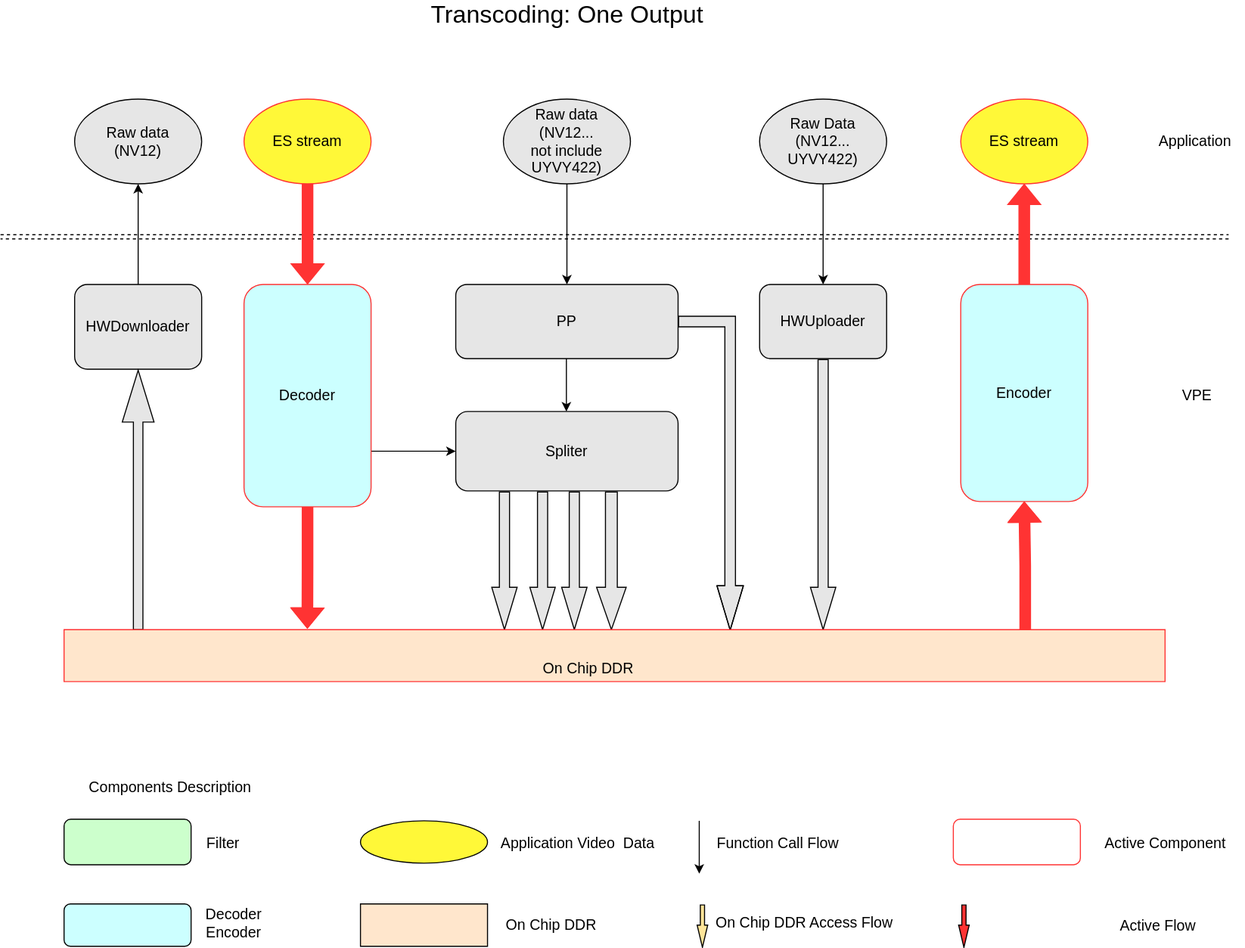
Before: doc/transcoding_one_output.svg, a diagram exported from draw.io (VeriSilicon/vpe). Source tidied: cells renumbered, new cells last; positions are measured from the earlier drawing's top-left corner, leaving out a move shared by most shapes.
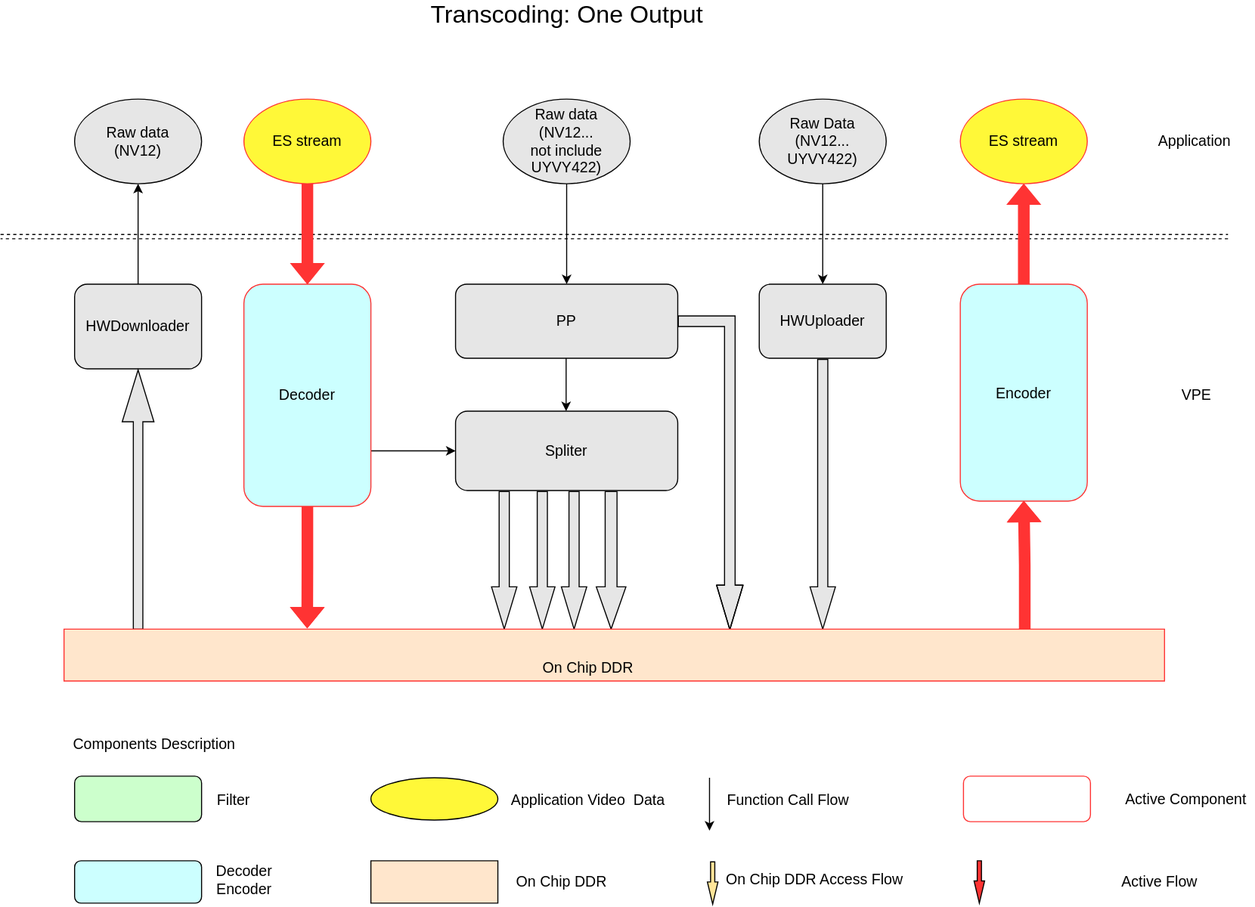
The same file after the commit.

Diff of the diagram source:
```diff
@@ -93,80 +93,83 @@
     <mxCell id="29" value="&lt;font style=&quot;font-size: 23px&quot;&gt;Transcoding: One Output&lt;/font&gt;" style="text;html=1;align=center;verticalAlign=middle;fillColor=none;strokeColor=none;rounded=0;" parent="1" vertex="1">
       <mxGeometry x="400" width="270" height="20" as="geometry" />
     </mxCell>
-    <mxCell id="30" style="group;fontSize=14;" parent="1" vertex="1">
-      <mxGeometry x="60" y="770" width="789" height="121" as="geometry" />
-    </mxCell>
+    <mxCell id="48" value="PP" style="rounded=1;whiteSpace=wrap;html=1;fillColor=#E6E6E6;fontSize=14;" parent="1" vertex="1">
+      <mxGeometry x="430" y="265" width="210" height="70" as="geometry" />
+    </mxCell>
+    <mxCell id="49" value="Spliter" style="rounded=1;whiteSpace=wrap;html=1;fillColor=#E6E6E6;fontSize=14;" parent="1" vertex="1">
+      <mxGeometry x="430" y="385" width="210" height="75" as="geometry" />
+    </mxCell>
+    <mxCell id="50" style="edgeStyle=orthogonalEdgeStyle;rounded=0;orthogonalLoop=1;jettySize=auto;html=1;exitX=0.25;exitY=1;exitDx=0;exitDy=0;entryX=0.25;entryY=0;entryDx=0;entryDy=0;fillColor=#FF6666;fontSize=14;" parent="1" edge="1">
+      <mxGeometry x="-37" y="414" as="geometry">
+        <mxPoint x="534.5" y="335" as="sourcePoint" />
+        <mxPoint x="534.5" y="385" as="targetPoint" />
+      </mxGeometry>
+    </mxCell>
+    <mxCell id="51" value="Raw Data&lt;br style=&quot;font-size: 14px;&quot;&gt;(&lt;span style=&quot;font-size: 14px;&quot;&gt;NV12...&lt;/span&gt;&lt;br style=&quot;font-size: 14px;&quot;&gt;UYVY422)" style="ellipse;whiteSpace=wrap;html=1;fillColor=#E6E6E6;fontSize=14;" parent="1" vertex="1">
+      <mxGeometry x="717" y="90" width="120" height="80" as="geometry" />
+    </mxCell>
+    <mxCell id="52" value="&lt;font style=&quot;font-size: 14px;&quot;&gt;Raw data&lt;br style=&quot;font-size: 14px;&quot;&gt;(NV12...&lt;br style=&quot;font-size: 14px;&quot;&gt;&lt;span style=&quot;font-size: 14px;&quot;&gt;not include UYVY422&lt;/span&gt;)&lt;/font&gt;" style="ellipse;whiteSpace=wrap;html=1;fillColor=#E6E6E6;fontSize=14;" parent="1" vertex="1">
+      <mxGeometry x="475" y="90" width="120" height="80" as="geometry" />
+    </mxCell>
+    <mxCell id="53" style="group;" parent="1" vertex="1">
+      <mxGeometry x="60" y="690" width="1125" height="163" as="geometry" />
+    </mxCell>
+    <mxCell id="54" style="group;fontSize=14;" parent="53" vertex="1">
+      <mxGeometry x="10" y="40" width="809" height="123" as="geometry" />
+    </mxCell>
-    <mxCell id="31" style="rounded=1;whiteSpace=wrap;html=1;fillColor=#CCFFCC;fontSize=14;" parent="30" vertex="1">
+    <mxCell id="31" style="rounded=1;whiteSpace=wrap;html=1;fillColor=#CCFFCC;fontSize=14;" parent="54" vertex="1">
       <mxGeometry width="120" height="43" as="geometry" />
     </mxCell>
-    <mxCell id="32" style="rounded=1;whiteSpace=wrap;html=1;fillColor=#CCFFFF;fontSize=14;" parent="30" vertex="1">
+    <mxCell id="32" style="rounded=1;whiteSpace=wrap;html=1;fillColor=#CCFFFF;fontSize=14;" parent="54" vertex="1">
       <mxGeometry y="80" width="120" height="40" as="geometry" />
     </mxCell>
-    <mxCell id="33" style="ellipse;whiteSpace=wrap;html=1;fillColor=#FFF838;fontSize=14;" parent="30" vertex="1">
+    <mxCell id="33" style="ellipse;whiteSpace=wrap;html=1;fillColor=#FFF838;fontSize=14;" parent="54" vertex="1">
       <mxGeometry x="280" y="1.5" width="120" height="40" as="geometry" />
     </mxCell>
-    <mxCell id="34" style="html=1;shadow=0;dashed=0;align=center;verticalAlign=middle;shape=mxgraph.arrows2.arrow;dy=0.6;dx=21;direction=south;notch=0;fillColor=#FFE599;fontSize=14;" parent="30" vertex="1">
+    <mxCell id="34" style="html=1;shadow=0;dashed=0;align=center;verticalAlign=middle;shape=mxgraph.arrows2.arrow;dy=0.6;dx=21;direction=south;notch=0;fillColor=#FFE599;fontSize=14;" parent="54" vertex="1">
       <mxGeometry x="598" y="81" width="10" height="40" as="geometry" />
     </mxCell>
-    <mxCell id="35" style="edgeStyle=orthogonalEdgeStyle;rounded=0;orthogonalLoop=1;jettySize=auto;html=1;exitX=0.5;exitY=1;exitDx=0;exitDy=0;fontSize=14;" parent="30" edge="1">
-      <mxGeometry relative="1" as="geometry">
-        <mxPoint x="600" y="1.5" as="sourcePoint" />
-        <mxPoint x="600" y="51.5" as="targetPoint" />
-      </mxGeometry>
-    </mxCell>
+    <mxCell id="55" style="edgeStyle=orthogonalEdgeStyle;rounded=0;orthogonalLoop=1;jettySize=auto;html=1;exitX=0.5;exitY=1;exitDx=0;exitDy=0;fontSize=14;" parent="54" edge="1">
+      <mxGeometry relative="1" as="geometry">
+        <mxPoint x="600" y="1.5" as="sourcePoint" />
+        <mxPoint x="600" y="51.5" as="targetPoint" />
+      </mxGeometry>
+    </mxCell>
-    <mxCell id="36" style="verticalLabelPosition=bottom;verticalAlign=top;html=1;shape=mxgraph.basic.rect;fillColor2=none;strokeWidth=1;size=20;indent=5;fillColor=#FFE6CC;fontSize=14;" parent="30" vertex="1">
+    <mxCell id="36" style="verticalLabelPosition=bottom;verticalAlign=top;html=1;shape=mxgraph.basic.rect;fillColor2=none;strokeWidth=1;size=20;indent=5;fillColor=#FFE6CC;fontSize=14;" parent="54" vertex="1">
       <mxGeometry x="280" y="80" width="120" height="40" as="geometry" />
     </mxCell>
-    <mxCell id="37" value="Filter" style="text;html=1;align=center;verticalAlign=middle;fillColor=none;strokeColor=none;rounded=0;fontSize=14;" parent="30" vertex="1">
+    <mxCell id="37" value="Filter" style="text;html=1;align=center;verticalAlign=middle;fillColor=none;strokeColor=none;rounded=0;fontSize=14;" parent="54" vertex="1">
       <mxGeometry x="125" y="13" width="50" height="20" as="geometry" />
     </mxCell>
-    <mxCell id="38" value="Decoder&lt;br style=&quot;font-size: 14px;&quot;&gt;Encoder" style="text;html=1;align=center;verticalAlign=middle;fillColor=none;strokeColor=none;rounded=0;fontSize=14;" parent="30" vertex="1">
+    <mxCell id="38" value="Decoder&lt;br style=&quot;font-size: 14px;&quot;&gt;Encoder" style="text;html=1;align=center;verticalAlign=middle;fillColor=none;strokeColor=none;rounded=0;fontSize=14;" parent="54" vertex="1">
       <mxGeometry x="125" y="78" width="70" height="40" as="geometry" />
     </mxCell>
-    <mxCell id="39" value="Application Video&amp;nbsp; Data" style="text;html=1;align=center;verticalAlign=middle;fillColor=none;strokeColor=none;rounded=0;fontSize=14;" parent="30" vertex="1">
+    <mxCell id="39" value="Application Video&amp;nbsp; Data" style="text;html=1;align=center;verticalAlign=middle;fillColor=none;strokeColor=none;rounded=0;fontSize=14;" parent="54" vertex="1">
       <mxGeometry x="405" y="13" width="160" height="20" as="geometry" />
     </mxCell>
-    <mxCell id="40" value="On Chip DDR" style="text;html=1;align=center;verticalAlign=middle;fillColor=none;strokeColor=none;rounded=0;fontSize=14;" parent="30" vertex="1">
+    <mxCell id="40" value="On Chip DDR" style="text;html=1;align=center;verticalAlign=middle;fillColor=none;strokeColor=none;rounded=0;fontSize=14;" parent="54" vertex="1">
       <mxGeometry x="410" y="90" width="100" height="20" as="geometry" />
     </mxCell>
-    <mxCell id="41" value="Function Call Flow" style="text;html=1;align=center;verticalAlign=middle;fillColor=none;strokeColor=none;rounded=0;fontSize=14;" parent="30" vertex="1">
+    <mxCell id="41" value="Function Call Flow" style="text;html=1;align=center;verticalAlign=middle;fillColor=none;strokeColor=none;rounded=0;fontSize=14;" parent="54" vertex="1">
       <mxGeometry x="609" y="13" width="130" height="20" as="geometry" />
     </mxCell>
-    <mxCell id="42" value="On Chip DDR Access Flow" style="text;html=1;align=center;verticalAlign=middle;fillColor=none;strokeColor=none;rounded=0;fontSize=14;" parent="30" vertex="1">
+    <mxCell id="42" value="On Chip DDR Access Flow" style="text;html=1;align=center;verticalAlign=middle;fillColor=none;strokeColor=none;rounded=0;fontSize=14;" parent="54" vertex="1">
       <mxGeometry x="609" y="88" width="180" height="20" as="geometry" />
     </mxCell>
-    <mxCell id="43" value="&lt;font style=&quot;font-size: 14px;&quot;&gt;Components Description&lt;/font&gt;" style="text;html=1;align=center;verticalAlign=middle;fillColor=none;strokeColor=none;rounded=0;fontSize=14;" parent="1" vertex="1">
-      <mxGeometry x="75" y="730" width="170" height="20" as="geometry" />
+    <mxCell id="43" value="&lt;font style=&quot;font-size: 14px;&quot;&gt;Components Description&lt;/font&gt;" style="text;html=1;align=center;verticalAlign=middle;fillColor=none;strokeColor=none;rounded=0;fontSize=14;" parent="53" vertex="1">
+      <mxGeometry width="170" height="20" as="geometry" />
     </mxCell>
-    <mxCell id="44" style="rounded=1;whiteSpace=wrap;html=1;fillColor=#FFFFFF;strokeColor=#FF3333;fontSize=14;" parent="1" vertex="1">
-      <mxGeometry x="900" y="770" width="120" height="43" as="geometry" />
-    </mxCell>
+    <mxCell id="56" style="rounded=1;whiteSpace=wrap;html=1;fillColor=#FFFFFF;strokeColor=#FF3333;fontSize=14;" parent="53" vertex="1">
+      <mxGeometry x="850" y="40" width="120" height="43" as="geometry" />
+    </mxCell>
-    <mxCell id="45" value="Active Component" style="text;html=1;align=center;verticalAlign=middle;fillColor=none;strokeColor=none;rounded=0;fontSize=14;" parent="1" vertex="1">
-      <mxGeometry x="1035" y="783" width="130" height="20" as="geometry" />
+    <mxCell id="45" value="Active Component" style="text;html=1;align=center;verticalAlign=middle;fillColor=none;strokeColor=none;rounded=0;fontSize=14;" parent="53" vertex="1">
+      <mxGeometry x="995" y="51.5" width="130" height="20" as="geometry" />
     </mxCell>
-    <mxCell id="46" style="html=1;shadow=0;dashed=0;align=center;verticalAlign=middle;shape=mxgraph.arrows2.arrow;dy=0.6;dx=21;direction=south;notch=0;fillColor=#FF3333;fontSize=14;" parent="1" vertex="1">
-      <mxGeometry x="905" y="851" width="10" height="40" as="geometry" />
-    </mxCell>
+    <mxCell id="57" style="html=1;shadow=0;dashed=0;align=center;verticalAlign=middle;shape=mxgraph.arrows2.arrow;dy=0.6;dx=21;direction=south;notch=0;fillColor=#FF3333;fontSize=14;" parent="53" vertex="1">
+      <mxGeometry x="860" y="120" width="10" height="40" as="geometry" />
+    </mxCell>
-    <mxCell id="47" value="Active Flow" style="text;html=1;align=center;verticalAlign=middle;fillColor=none;strokeColor=none;rounded=0;fontSize=14;" parent="1" vertex="1">
-      <mxGeometry x="1048" y="861" width="90" height="20" as="geometry" />
+    <mxCell id="47" value="Active Flow" style="text;html=1;align=center;verticalAlign=middle;fillColor=none;strokeColor=none;rounded=0;fontSize=14;" parent="53" vertex="1">
+      <mxGeometry x="990" y="130" width="90" height="20" as="geometry" />
     </mxCell>
-    <mxCell id="48" value="PP" style="rounded=1;whiteSpace=wrap;html=1;fillColor=#E6E6E6;fontSize=14;" parent="1" vertex="1">
-      <mxGeometry x="430" y="265" width="210" height="70" as="geometry" />
-    </mxCell>
-    <mxCell id="49" value="Spliter" style="rounded=1;whiteSpace=wrap;html=1;fillColor=#E6E6E6;fontSize=14;" parent="1" vertex="1">
-      <mxGeometry x="430" y="385" width="210" height="75" as="geometry" />
-    </mxCell>
-    <mxCell id="50" style="edgeStyle=orthogonalEdgeStyle;rounded=0;orthogonalLoop=1;jettySize=auto;html=1;exitX=0.25;exitY=1;exitDx=0;exitDy=0;entryX=0.25;entryY=0;entryDx=0;entryDy=0;fillColor=#FF6666;fontSize=14;" parent="1" edge="1">
-      <mxGeometry x="-37" y="414" as="geometry">
-        <mxPoint x="534.5" y="335" as="sourcePoint" />
-        <mxPoint x="534.5" y="385" as="targetPoint" />
-      </mxGeometry>
-    </mxCell>
-    <mxCell id="51" value="Raw Data&lt;br style=&quot;font-size: 14px;&quot;&gt;(&lt;span style=&quot;font-size: 14px;&quot;&gt;NV12...&lt;/span&gt;&lt;br style=&quot;font-size: 14px;&quot;&gt;UYVY422)" style="ellipse;whiteSpace=wrap;html=1;fillColor=#E6E6E6;fontSize=14;" parent="1" vertex="1">
-      <mxGeometry x="717" y="90" width="120" height="80" as="geometry" />
-    </mxCell>
-    <mxCell id="52" value="&lt;font style=&quot;font-size: 14px;&quot;&gt;Raw data&lt;br style=&quot;font-size: 14px;&quot;&gt;(NV12...&lt;br style=&quot;font-size: 14px;&quot;&gt;&lt;span style=&quot;font-size: 14px;&quot;&gt;not include UYVY422&lt;/span&gt;)&lt;/font&gt;" style="ellipse;whiteSpace=wrap;html=1;fillColor=#E6E6E6;fontSize=14;" parent="1" vertex="1">
-      <mxGeometry x="475" y="90" width="120" height="80" as="geometry" />
-    </mxCell>
   </root>
 </mxGraphModel>
```
